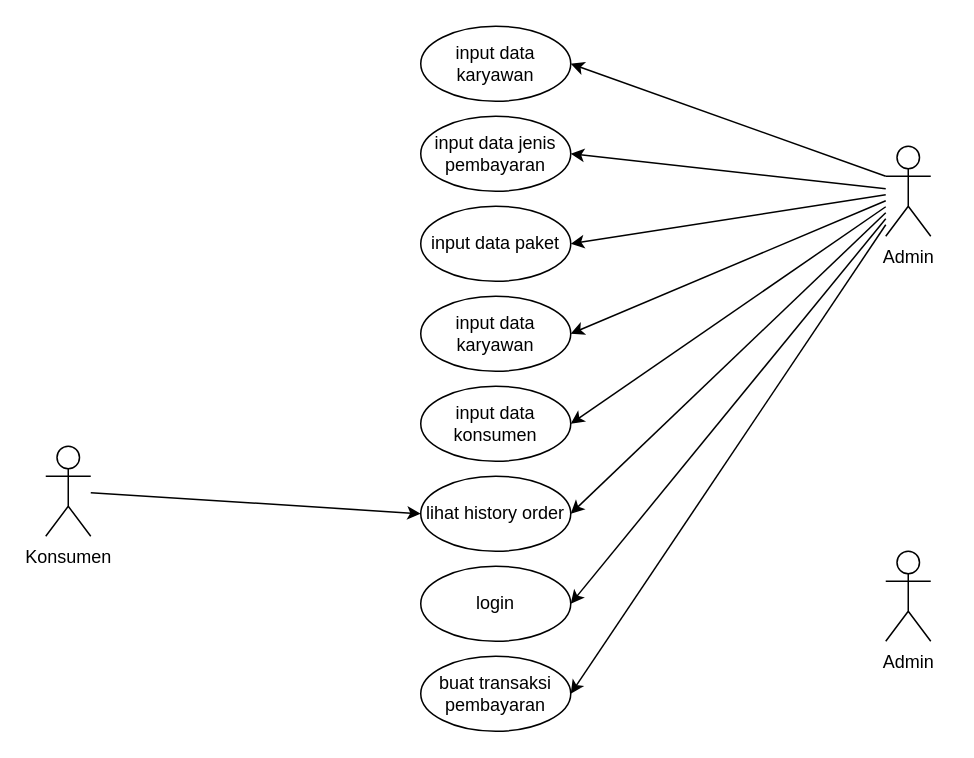
Above: Untitled Diagram.drawio in FuadFauzann/Laundry-Ujikom (draw.io), before the change. Source tidied: cells renumbered, new cells numbered last; positions are measured from the earlier drawing's top-left corner, leaving out a move shared by most shapes. Both pictures are drawn from the tidied source at 150%, with x=0, y=0 at pixel (45, 26).
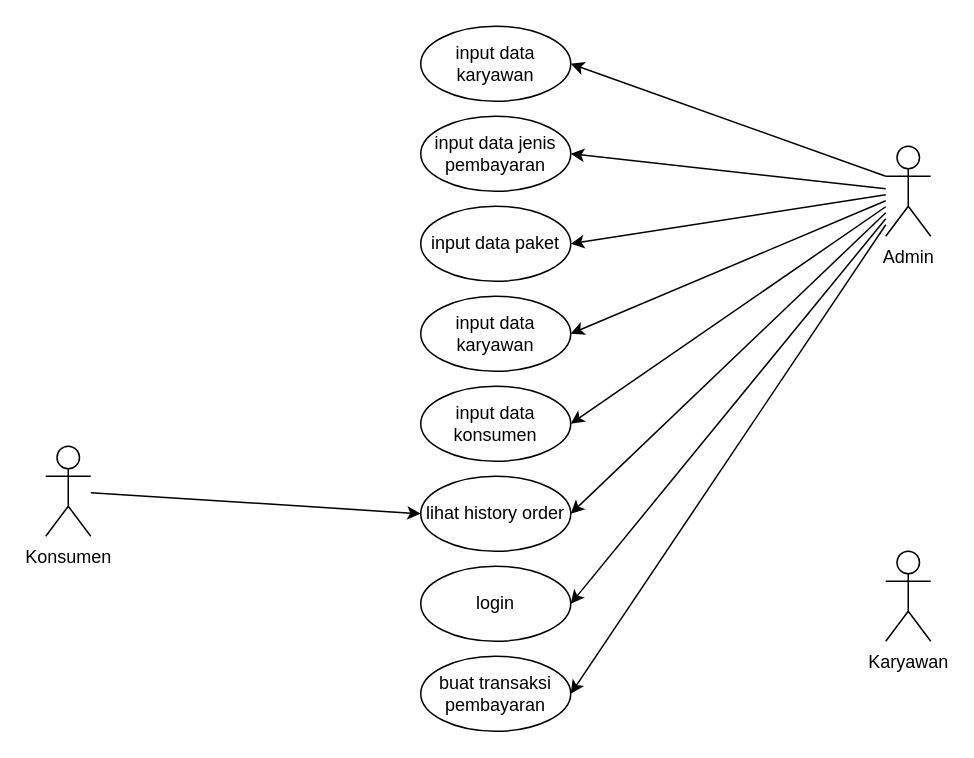
The same diagram, later.

The edit, as a diff of the source:
```diff
@@
-    <mxCell id="21" value="Admin" style="shape=umlActor;verticalLabelPosition=bottom;verticalAlign=top;html=1;" parent="1" vertex="1">
+    <mxCell id="21" value="Karyawan" style="shape=umlActor;verticalLabelPosition=bottom;verticalAlign=top;html=1;" parent="1" vertex="1">
       <mxGeometry x="560" y="350" width="30" height="60" as="geometry" />
     </mxCell>
```
